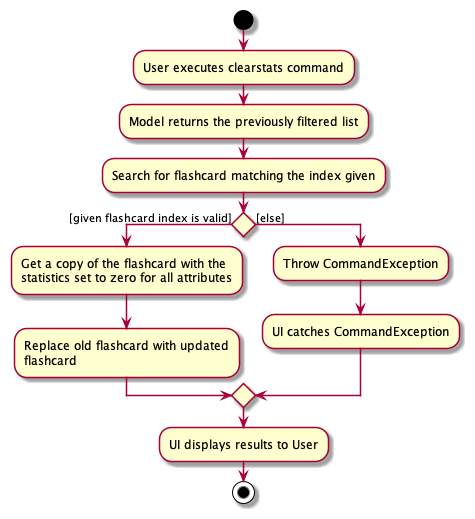
Earlier version of the PlantUML export docs/images/ClearStatsActivityDiagram.png (nus-cs2103-AY2021S1/tp). The source it was exported from:
```plantuml
@startuml
start
:User executes clearstats command;
:Model returns the previously filtered list;
:Search for flashcard matching the index given;


if () then ([given flashcard index is valid])
    :Get a copy of the flashcard with the
    statistics set to zero for all attributes;
    :Replace old flashcard with updated
    flashcard;
else ([else])
    :Throw CommandException;
    :UI catches CommandException;
endif
    :UI displays results to User;
stop
@enduml
```
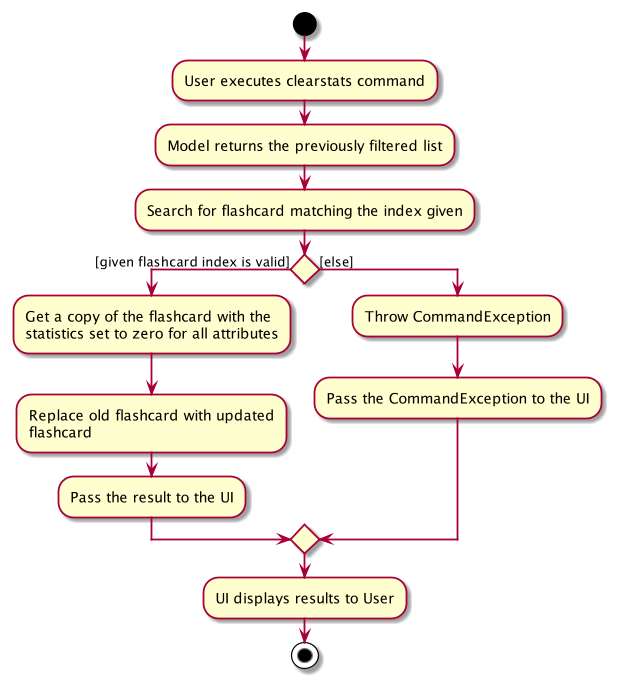
After the commit.

The edit, as a diff of the source:
```diff
@@ -10,9 +10,10 @@
     statistics set to zero for all attributes;
     :Replace old flashcard with updated
     flashcard;
+    :Pass the result to the UI;
 else ([else])
     :Throw CommandException;
-    :UI catches CommandException;
+    :Pass the CommandException to the UI;
 endif
     :UI displays results to User;
 stop
```
